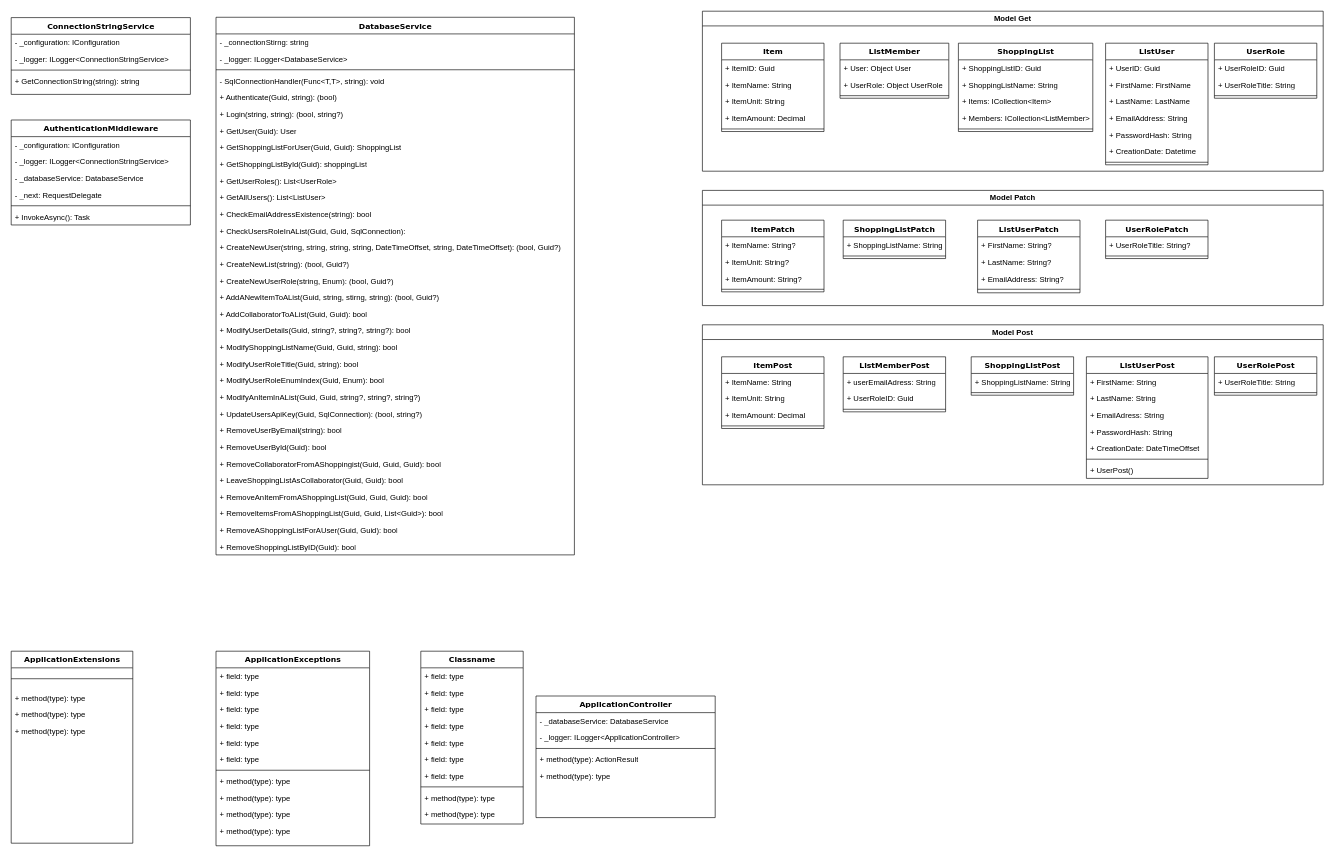
Earlier version of the draw.io diagram Docs/Class_Diagram.drawio (BS-Portfolio/DotShoppingList). Source tidied: cells renumbered, new cells numbered last; positions are measured from the earlier drawing's top-left corner, leaving out a move shared by most shapes. Both pictures are drawn from the tidied source at 64%, with x=0, y=0 at pixel (11, 11).
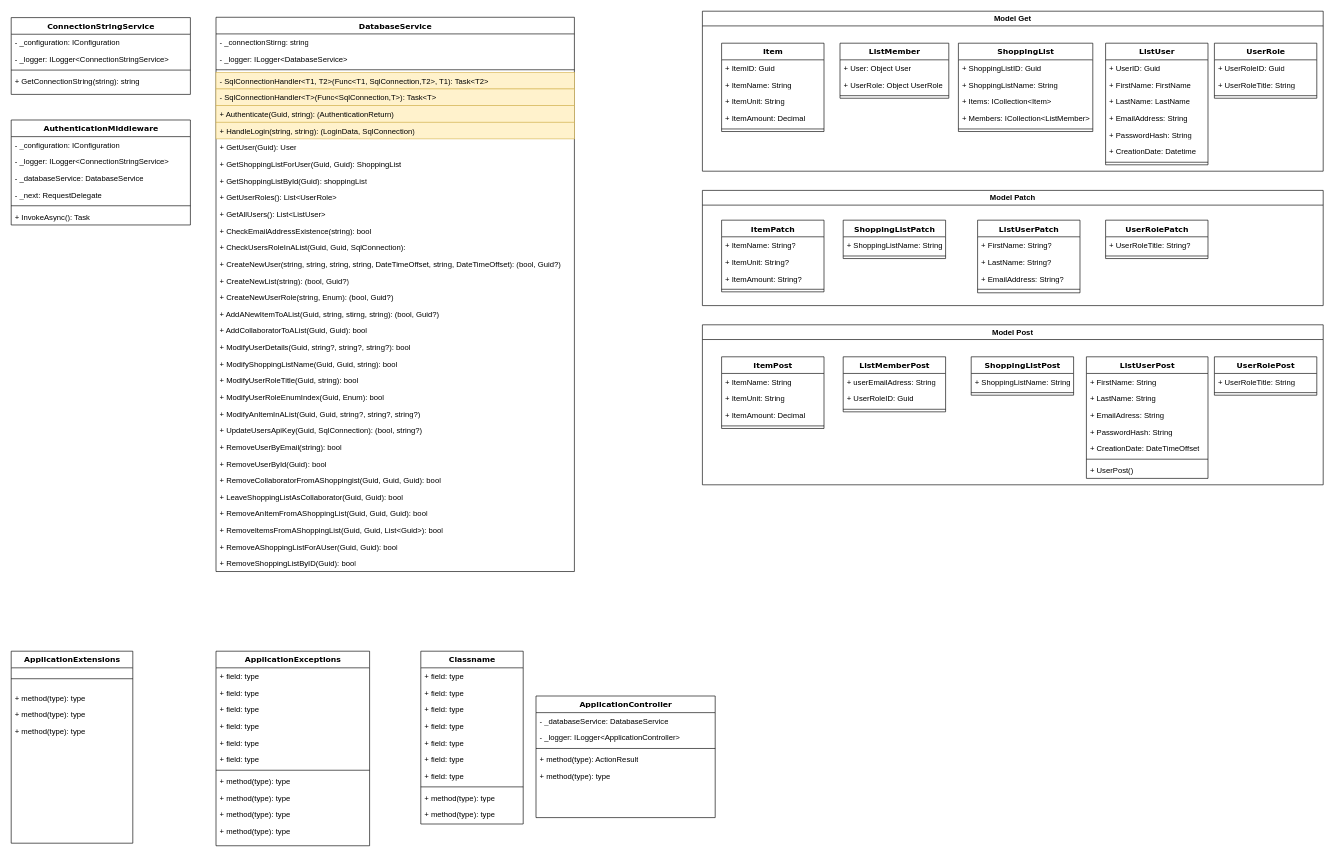
After the change.

Commit message (it also covers changes not shown here):
small correction in the controller

Change to the diagram source:
```diff
@@
     <mxCell id="7" value="DatabaseService" style="swimlane;html=1;fontStyle=1;align=center;verticalAlign=top;horizontal=1;startSize=26;swimlaneFillColor=#ffffff;rounded=0;shadow=0;comic=0;labelBackgroundColor=none;strokeWidth=1;fillColor=none;fontFamily=Verdana;fontSize=12;" parent="1" vertex="1">
-      <mxGeometry x="320" y="9.5" width="560" height="840" as="geometry" />
+      <mxGeometry x="320" y="9.5" width="560" height="866" as="geometry" />
     </mxCell>
@@
-    <mxCell id="11" value="- SqlConnectionHandler(Func&amp;lt;T,T&amp;gt;, string): void" style="text;html=1;strokeColor=none;fillColor=none;align=left;verticalAlign=top;spacingLeft=4;spacingRight=4;whiteSpace=wrap;overflow=hidden;" parent="7" vertex="1">
+    <mxCell id="11" value="- SqlConnectionHandler&amp;lt;T1, T2&amp;gt;(Func&amp;lt;T1, SqlConnection,T2&amp;gt;, T1): Task&amp;lt;T2&amp;gt;" style="text;html=1;strokeColor=#d6b656;fillColor=#fff2cc;align=left;verticalAlign=top;spacingLeft=4;spacingRight=4;whiteSpace=wrap;overflow=hidden;" parent="7" vertex="1">
       <mxGeometry y="86" width="560" height="26" as="geometry" />
     </mxCell>
+    <mxCell id="151" value="- SqlConnectionHandler&amp;lt;T&amp;gt;(Func&amp;lt;SqlConnection,T&amp;gt;): Task&amp;lt;T&amp;gt;" style="text;html=1;strokeColor=#d6b656;fillColor=#fff2cc;align=left;verticalAlign=top;spacingLeft=4;spacingRight=4;whiteSpace=wrap;overflow=hidden;" parent="7" vertex="1">
+      <mxGeometry y="112" width="560" height="26" as="geometry" />
+    </mxCell>
-    <mxCell id="12" value="+ Authenticate(Guid, string): (bool)&amp;nbsp;" style="text;html=1;strokeColor=none;fillColor=none;align=left;verticalAlign=top;spacingLeft=4;spacingRight=4;whiteSpace=wrap;overflow=hidden;" parent="7" vertex="1">
-      <mxGeometry y="112" width="560" height="26" as="geometry" />
+    <mxCell id="12" value="+ Authenticate(Guid, string): (AuthenticationReturn)&amp;nbsp;" style="text;html=1;strokeColor=#d6b656;fillColor=#fff2cc;align=left;verticalAlign=top;spacingLeft=4;spacingRight=4;whiteSpace=wrap;overflow=hidden;" parent="7" vertex="1">
+      <mxGeometry y="138" width="560" height="26" as="geometry" />
     </mxCell>
-    <mxCell id="13" value="+ Login(string, string): (bool, string?)" style="text;html=1;strokeColor=none;fillColor=none;align=left;verticalAlign=top;spacingLeft=4;spacingRight=4;whiteSpace=wrap;overflow=hidden;" parent="7" vertex="1">
-      <mxGeometry y="138" width="560" height="26" as="geometry" />
+    <mxCell id="13" value="+ HandleLogin(string, string): (LoginData, SqlConnection)" style="text;html=1;strokeColor=#d6b656;fillColor=#fff2cc;align=left;verticalAlign=top;spacingLeft=4;spacingRight=4;whiteSpace=wrap;overflow=hidden;" parent="7" vertex="1">
+      <mxGeometry y="164" width="560" height="26" as="geometry" />
     </mxCell>
     <mxCell id="14" value="+ GetUser(Guid): User" style="text;html=1;strokeColor=none;fillColor=none;align=left;verticalAlign=top;spacingLeft=4;spacingRight=4;whiteSpace=wrap;overflow=hidden;" parent="7" vertex="1">
-      <mxGeometry y="164" width="560" height="26" as="geometry" />
+      <mxGeometry y="190" width="560" height="26" as="geometry" />
     </mxCell>
     <mxCell id="15" value="+ GetShoppingListForUser(Guid, Guid): ShoppingList" style="text;html=1;strokeColor=none;fillColor=none;align=left;verticalAlign=top;spacingLeft=4;spacingRight=4;whiteSpace=wrap;overflow=hidden;" parent="7" vertex="1">
-      <mxGeometry y="190" width="560" height="26" as="geometry" />
+      <mxGeometry y="216" width="560" height="26" as="geometry" />
     </mxCell>
     <mxCell id="16" value="+ GetShoppingListById(Guid): shoppingList" style="text;html=1;strokeColor=none;fillColor=none;align=left;verticalAlign=top;spacingLeft=4;spacingRight=4;whiteSpace=wrap;overflow=hidden;" parent="7" vertex="1">
-      <mxGeometry y="216" width="560" height="26" as="geometry" />
+      <mxGeometry y="242" width="560" height="26" as="geometry" />
     </mxCell>
     <mxCell id="17" value="+ GetUserRoles(): List&amp;lt;UserRole&amp;gt;" style="text;html=1;strokeColor=none;fillColor=none;align=left;verticalAlign=top;spacingLeft=4;spacingRight=4;whiteSpace=wrap;overflow=hidden;" parent="7" vertex="1">
-      <mxGeometry y="242" width="560" height="26" as="geometry" />
+      <mxGeometry y="268" width="560" height="26" as="geometry" />
     </mxCell>
     <mxCell id="18" value="+ GetAllUsers(): List&amp;lt;ListUser&amp;gt;" style="text;html=1;strokeColor=none;fillColor=none;align=left;verticalAlign=top;spacingLeft=4;spacingRight=4;whiteSpace=wrap;overflow=hidden;" parent="7" vertex="1">
-      <mxGeometry y="268" width="560" height="26" as="geometry" />
+      <mxGeometry y="294" width="560" height="26" as="geometry" />
     </mxCell>
     <mxCell id="19" value="+ CheckEmailAddressExistence(string): bool" style="text;html=1;strokeColor=none;fillColor=none;align=left;verticalAlign=top;spacingLeft=4;spacingRight=4;whiteSpace=wrap;overflow=hidden;" parent="7" vertex="1">
-      <mxGeometry y="294" width="560" height="26" as="geometry" />
+      <mxGeometry y="320" width="560" height="26" as="geometry" />
     </mxCell>
     <mxCell id="20" value="+ CheckUsersRoleInAList(Guid, Guid, SqlConnection):" style="text;html=1;strokeColor=none;fillColor=none;align=left;verticalAlign=top;spacingLeft=4;spacingRight=4;whiteSpace=wrap;overflow=hidden;" parent="7" vertex="1">
-      <mxGeometry y="320" width="560" height="26" as="geometry" />
+      <mxGeometry y="346" width="560" height="26" as="geometry" />
     </mxCell>
     <mxCell id="21" value="+ CreateNewUser(string, string, string, string, DateTimeOffset, string, DateTimeOffset): (bool, Guid?)&amp;nbsp;" style="text;html=1;strokeColor=none;fillColor=none;align=left;verticalAlign=top;spacingLeft=4;spacingRight=4;whiteSpace=wrap;overflow=hidden;" parent="7" vertex="1">
-      <mxGeometry y="346" width="560" height="26" as="geometry" />
+      <mxGeometry y="372" width="560" height="26" as="geometry" />
     </mxCell>
     <mxCell id="22" value="+ CreateNewList(string): (bool, Guid?)" style="text;html=1;strokeColor=none;fillColor=none;align=left;verticalAlign=top;spacingLeft=4;spacingRight=4;whiteSpace=wrap;overflow=hidden;" parent="7" vertex="1">
-      <mxGeometry y="372" width="560" height="26" as="geometry" />
+      <mxGeometry y="398" width="560" height="26" as="geometry" />
     </mxCell>
     <mxCell id="23" value="+ CreateNewUserRole(string, Enum): (bool, Guid?)&amp;nbsp;" style="text;html=1;strokeColor=none;fillColor=none;align=left;verticalAlign=top;spacingLeft=4;spacingRight=4;whiteSpace=wrap;overflow=hidden;" parent="7" vertex="1">
-      <mxGeometry y="398" width="560" height="26" as="geometry" />
+      <mxGeometry y="424" width="560" height="26" as="geometry" />
     </mxCell>
     <mxCell id="24" value="+ AddANewItemToAList(Guid, string, stirng, string): (bool, Guid?)" style="text;html=1;strokeColor=none;fillColor=none;align=left;verticalAlign=top;spacingLeft=4;spacingRight=4;whiteSpace=wrap;overflow=hidden;" parent="7" vertex="1">
-      <mxGeometry y="424" width="560" height="26" as="geometry" />
+      <mxGeometry y="450" width="560" height="26" as="geometry" />
     </mxCell>
     <mxCell id="25" value="+ AddCollaboratorToAList(Guid, Guid): bool&amp;nbsp;" style="text;html=1;strokeColor=none;fillColor=none;align=left;verticalAlign=top;spacingLeft=4;spacingRight=4;whiteSpace=wrap;overflow=hidden;" parent="7" vertex="1">
-      <mxGeometry y="450" width="560" height="26" as="geometry" />
+      <mxGeometry y="476" width="560" height="26" as="geometry" />
     </mxCell>
     <mxCell id="26" value="+ ModifyUserDetails(Guid, string?, string?, string?): bool" style="text;html=1;strokeColor=none;fillColor=none;align=left;verticalAlign=top;spacingLeft=4;spacingRight=4;whiteSpace=wrap;overflow=hidden;" parent="7" vertex="1">
-      <mxGeometry y="476" width="560" height="26" as="geometry" />
+      <mxGeometry y="502" width="560" height="26" as="geometry" />
     </mxCell>
     <mxCell id="27" value="+ ModifyShoppingListName(Guid, Guid, string): bool" style="text;html=1;strokeColor=none;fillColor=none;align=left;verticalAlign=top;spacingLeft=4;spacingRight=4;whiteSpace=wrap;overflow=hidden;" parent="7" vertex="1">
-      <mxGeometry y="502" width="560" height="26" as="geometry" />
+      <mxGeometry y="528" width="560" height="26" as="geometry" />
     </mxCell>
     <mxCell id="28" value="+ ModifyUserRoleTitle(Guid, string): bool" style="text;html=1;strokeColor=none;fillColor=none;align=left;verticalAlign=top;spacingLeft=4;spacingRight=4;whiteSpace=wrap;overflow=hidden;" parent="7" vertex="1">
-      <mxGeometry y="528" width="560" height="26" as="geometry" />
+      <mxGeometry y="554" width="560" height="26" as="geometry" />
     </mxCell>
     <mxCell id="29" value="+ ModifyUserRoleEnumIndex(Guid, Enum): bool" style="text;html=1;strokeColor=none;fillColor=none;align=left;verticalAlign=top;spacingLeft=4;spacingRight=4;whiteSpace=wrap;overflow=hidden;" parent="7" vertex="1">
-      <mxGeometry y="554" width="560" height="26" as="geometry" />
+      <mxGeometry y="580" width="560" height="26" as="geometry" />
     </mxCell>
     <mxCell id="30" value="+ ModifyAnItemInAList(Guid, Guid, string?, string?, string?)" style="text;html=1;strokeColor=none;fillColor=none;align=left;verticalAlign=top;spacingLeft=4;spacingRight=4;whiteSpace=wrap;overflow=hidden;" parent="7" vertex="1">
-      <mxGeometry y="580" width="560" height="26" as="geometry" />
+      <mxGeometry y="606" width="560" height="26" as="geometry" />
     </mxCell>
     <mxCell id="31" value="+ UpdateUsersApiKey(Guid, SqlConnection): (bool, string?)" style="text;html=1;strokeColor=none;fillColor=none;align=left;verticalAlign=top;spacingLeft=4;spacingRight=4;whiteSpace=wrap;overflow=hidden;" parent="7" vertex="1">
-      <mxGeometry y="606" width="560" height="26" as="geometry" />
+      <mxGeometry y="632" width="560" height="26" as="geometry" />
     </mxCell>
     <mxCell id="32" value="+ RemoveUserByEmail(string): bool&lt;div&gt;&lt;br&gt;&lt;/div&gt;" style="text;html=1;strokeColor=none;fillColor=none;align=left;verticalAlign=top;spacingLeft=4;spacingRight=4;whiteSpace=wrap;overflow=hidden;" parent="7" vertex="1">
-      <mxGeometry y="632" width="560" height="26" as="geometry" />
+      <mxGeometry y="658" width="560" height="26" as="geometry" />
     </mxCell>
     <mxCell id="33" value="+ RemoveUserById(Guid): bool" style="text;html=1;strokeColor=none;fillColor=none;align=left;verticalAlign=top;spacingLeft=4;spacingRight=4;whiteSpace=wrap;overflow=hidden;" parent="7" vertex="1">
-      <mxGeometry y="658" width="560" height="26" as="geometry" />
+      <mxGeometry y="684" width="560" height="26" as="geometry" />
     </mxCell>
     <mxCell id="34" value="+ RemoveCollaboratorFromAShoppingist(Guid, Guid, Guid): bool" style="text;html=1;strokeColor=none;fillColor=none;align=left;verticalAlign=top;spacingLeft=4;spacingRight=4;whiteSpace=wrap;overflow=hidden;" parent="7" vertex="1">
-      <mxGeometry y="684" width="560" height="26" as="geometry" />
+      <mxGeometry y="710" width="560" height="26" as="geometry" />
     </mxCell>
     <mxCell id="35" value="+ LeaveShoppingListAsCollaborator(Guid, Guid): bool" style="text;html=1;strokeColor=none;fillColor=none;align=left;verticalAlign=top;spacingLeft=4;spacingRight=4;whiteSpace=wrap;overflow=hidden;" parent="7" vertex="1">
-      <mxGeometry y="710" width="560" height="26" as="geometry" />
+      <mxGeometry y="736" width="560" height="26" as="geometry" />
     </mxCell>
     <mxCell id="36" value="+ RemoveAnItemFromAShoppingList(Guid, Guid, Guid): bool" style="text;html=1;strokeColor=none;fillColor=none;align=left;verticalAlign=top;spacingLeft=4;spacingRight=4;whiteSpace=wrap;overflow=hidden;" parent="7" vertex="1">
-      <mxGeometry y="736" width="560" height="26" as="geometry" />
+      <mxGeometry y="762" width="560" height="26" as="geometry" />
     </mxCell>
     <mxCell id="37" value="+ RemoveItemsFromAShoppingList(Guid, Guid, List&amp;lt;Guid&amp;gt;): bool" style="text;html=1;strokeColor=none;fillColor=none;align=left;verticalAlign=top;spacingLeft=4;spacingRight=4;whiteSpace=wrap;overflow=hidden;" parent="7" vertex="1">
-      <mxGeometry y="762" width="560" height="26" as="geometry" />
+      <mxGeometry y="788" width="560" height="26" as="geometry" />
     </mxCell>
     <mxCell id="38" value="+ RemoveAShoppingListForAUser(Guid, Guid): bool" style="text;html=1;strokeColor=none;fillColor=none;align=left;verticalAlign=top;spacingLeft=4;spacingRight=4;whiteSpace=wrap;overflow=hidden;" parent="7" vertex="1">
-      <mxGeometry y="788" width="560" height="26" as="geometry" />
+      <mxGeometry y="814" width="560" height="26" as="geometry" />
     </mxCell>
     <mxCell id="39" value="+ RemoveShoppingListByID(Guid): bool" style="text;html=1;strokeColor=none;fillColor=none;align=left;verticalAlign=top;spacingLeft=4;spacingRight=4;whiteSpace=wrap;overflow=hidden;" parent="7" vertex="1">
-      <mxGeometry y="814" width="560" height="26" as="geometry" />
+      <mxGeometry y="840" width="560" height="26" as="geometry" />
     </mxCell>
```
